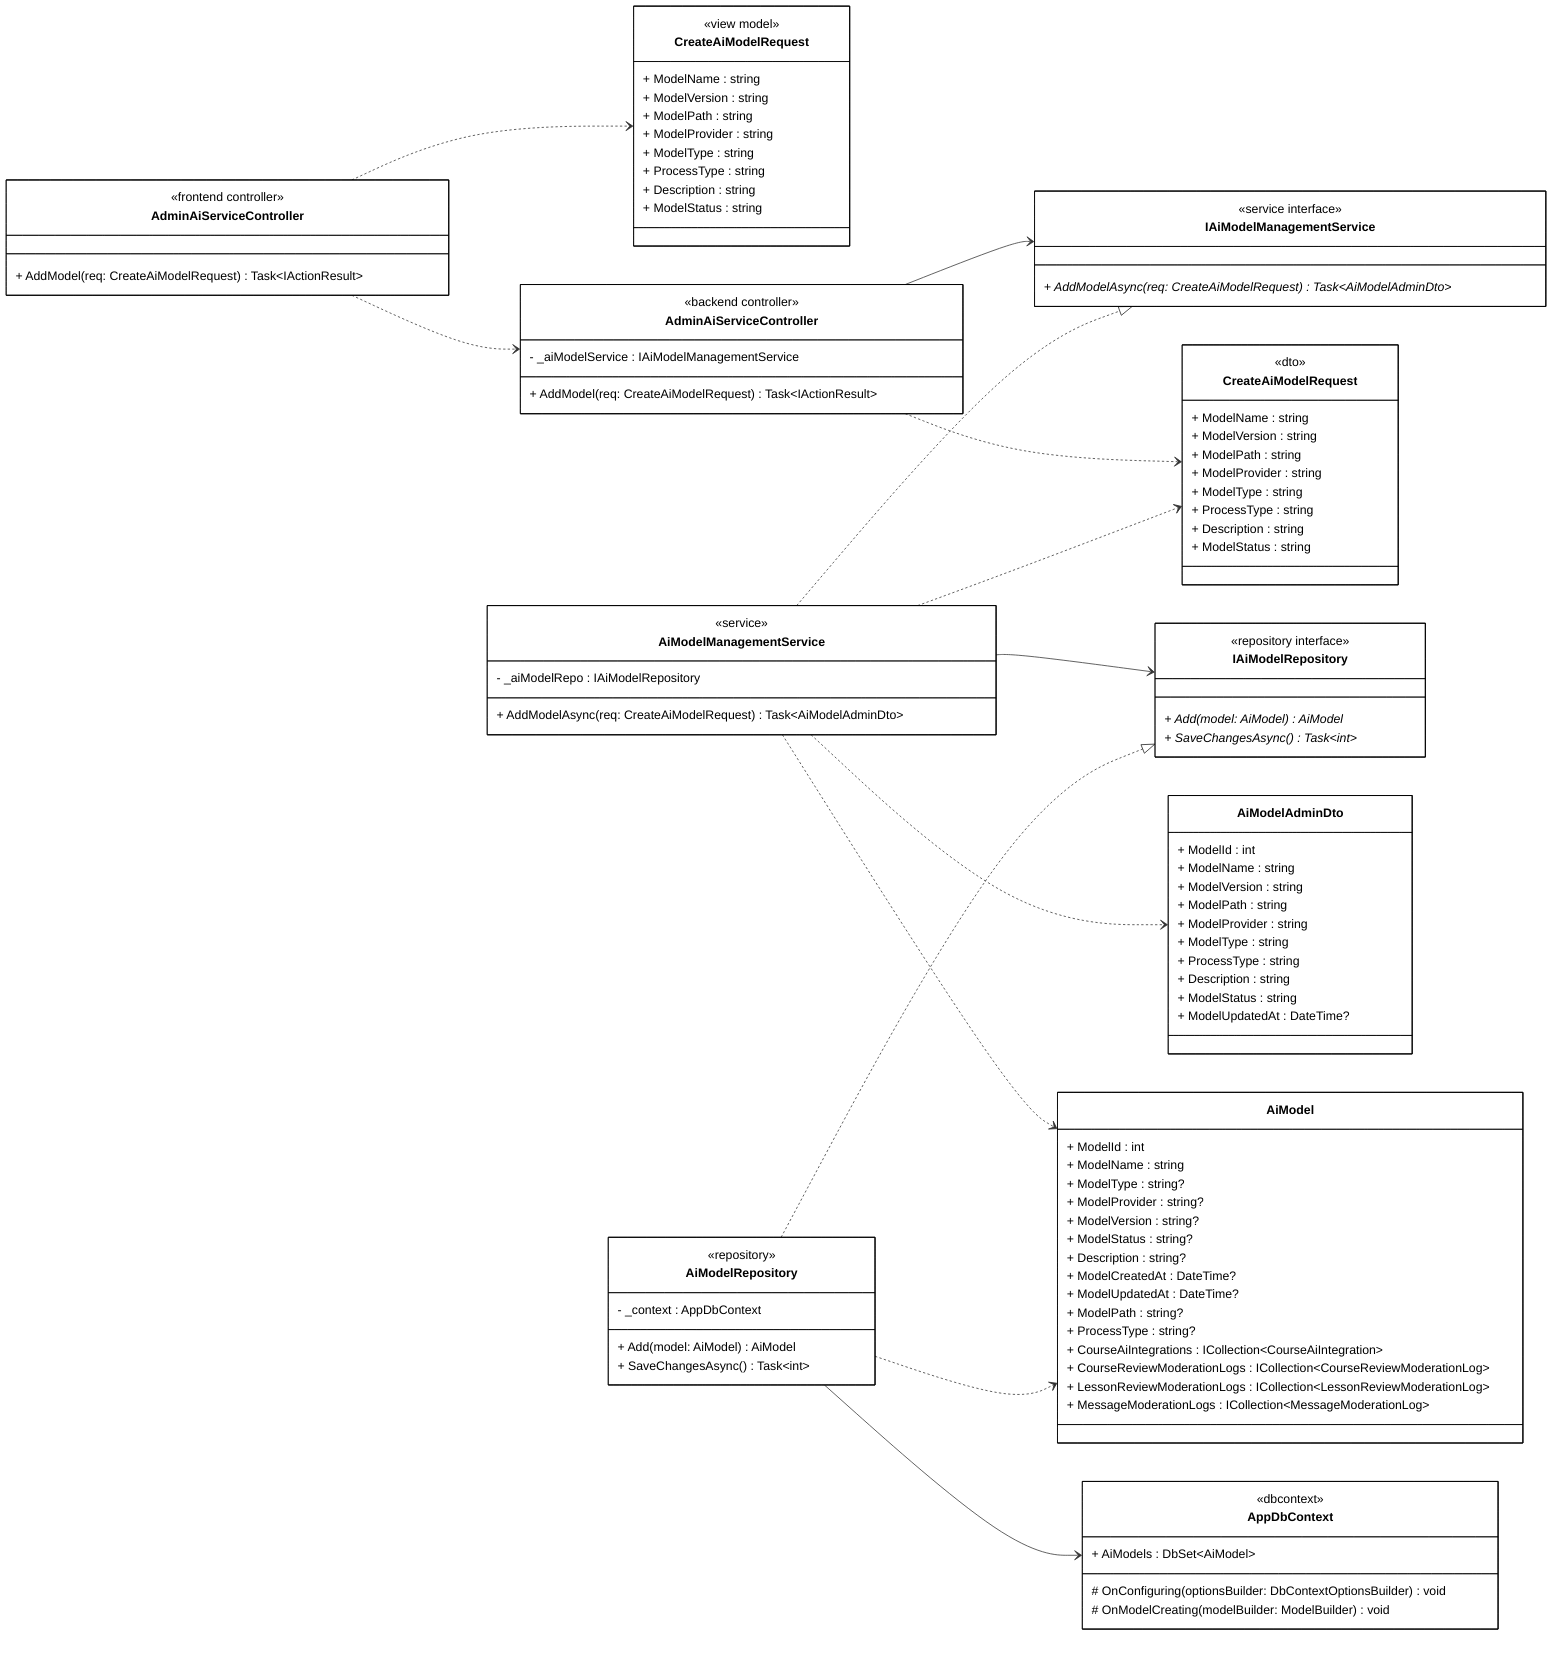
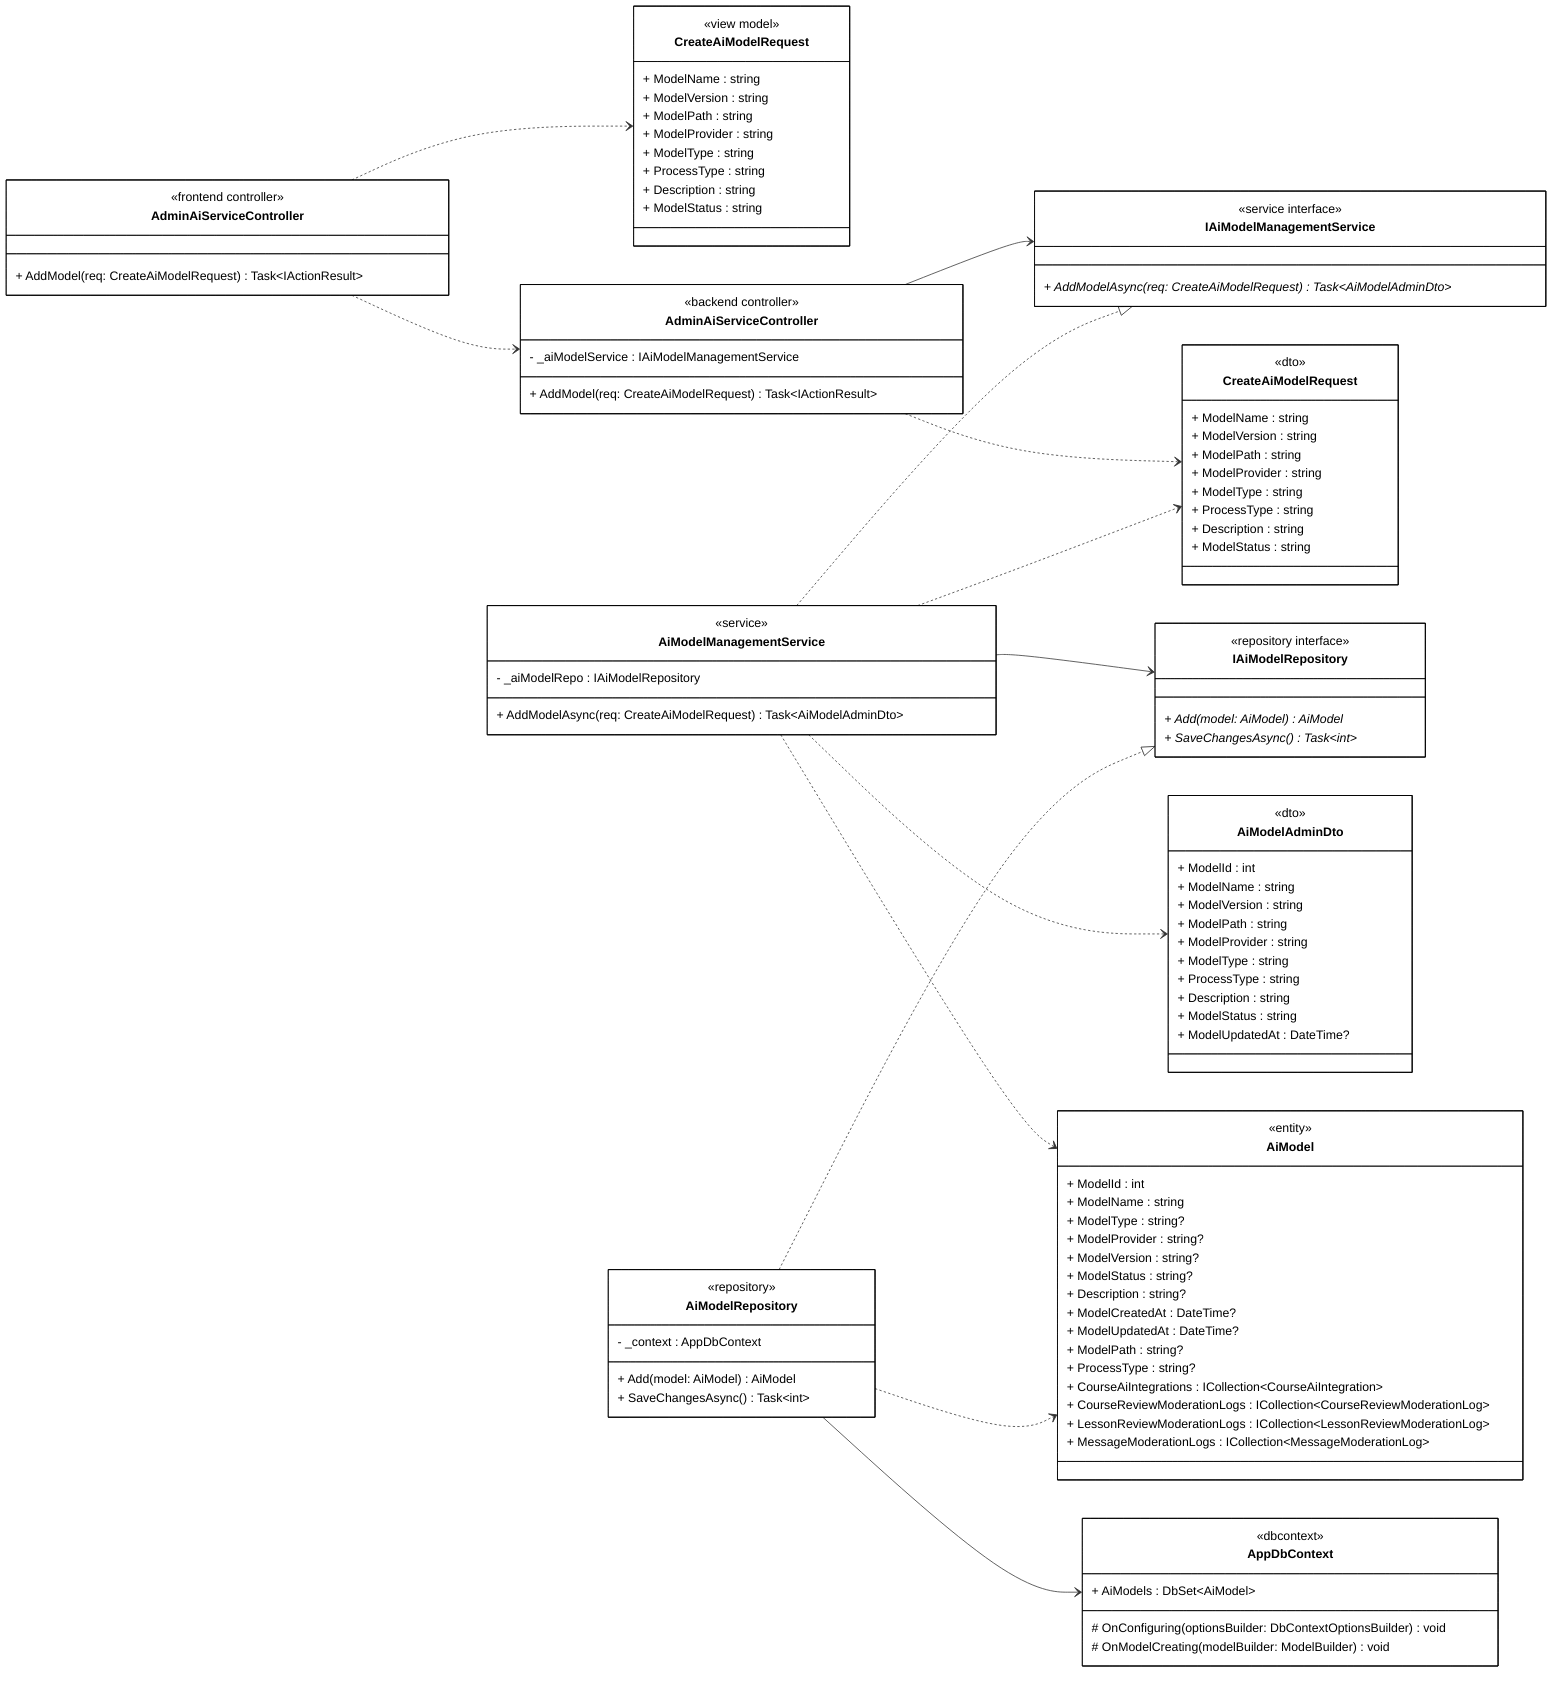
classDiagram
direction LR

%% ==================== FRONTEND ====================

class AdminAiServiceControllerFE["AdminAiServiceController"] {
    <<frontend controller>>
    + AddModel(req: CreateAiModelRequest) Task~IActionResult~
}


class CreateAiModelRequestVM["CreateAiModelRequest"] {
    <<view model>>
    + ModelName : string
    + ModelVersion : string
    + ModelPath : string
    + ModelProvider : string
    + ModelType : string
    + ProcessType : string
    + Description : string
    + ModelStatus : string
}

%% ==================== BACKEND - CONTROLLER ====================

class AdminAiServiceControllerBE["AdminAiServiceController"] {
    <<backend controller>>
    - _aiModelService : IAiModelManagementService

    + AddModel(req: CreateAiModelRequest) Task~IActionResult~
}


%% ==================== BACKEND - DTOs ====================

class CreateAiModelRequestDTO["CreateAiModelRequest"] {
    <<dto>>
    + ModelName : string
    + ModelVersion : string
    + ModelPath : string
    + ModelProvider : string
    + ModelType : string
    + ProcessType : string
    + Description : string
    + ModelStatus : string
}

class AiModelAdminDto {
+     <<dto>>
    + ModelId : int
    + ModelName : string
    + ModelVersion : string
    + ModelPath : string
    + ModelProvider : string
    + ModelType : string
    + ProcessType : string
    + Description : string
    + ModelStatus : string
    + ModelUpdatedAt : DateTime?
}

%% ==================== BACKEND - DOMAIN ENTITIES ====================

class AiModel {
+     <<entity>>
    + ModelId : int
    + ModelName : string
    + ModelType : string?
    + ModelProvider : string?
    + ModelVersion : string?
    + ModelStatus : string?
    + Description : string?
    + ModelCreatedAt : DateTime?
    + ModelUpdatedAt : DateTime?
    + ModelPath : string?
    + ProcessType : string?
    + CourseAiIntegrations : ICollection~CourseAiIntegration~
    + CourseReviewModerationLogs : ICollection~CourseReviewModerationLog~
    + LessonReviewModerationLogs : ICollection~LessonReviewModerationLog~
    + MessageModerationLogs : ICollection~MessageModerationLog~
}

%% ==================== BACKEND - SERVICE INTERFACES ====================

class IAiModelManagementService {
    <<service interface>>
    + AddModelAsync(req: CreateAiModelRequest) Task~AiModelAdminDto~ *
}

class IAiModelRepository {
    <<repository interface>>
    + Add(model: AiModel) AiModel *
    + SaveChangesAsync() Task~int~ *
}

%% ==================== BACKEND - SERVICE IMPLEMENTATION ====================

class AiModelManagementService {
    <<service>>
    - _aiModelRepo : IAiModelRepository

    + AddModelAsync(req: CreateAiModelRequest) Task~AiModelAdminDto~
}

%% ==================== BACKEND - REPOSITORY IMPLEMENTATION ====================

class AiModelRepository {
    <<repository>>
    - _context : AppDbContext

    + Add(model: AiModel) AiModel
    + SaveChangesAsync() Task~int~
}

%% ==================== BACKEND - DbContext ====================

class AppDbContext {
    <<dbcontext>>
    + AiModels : DbSet~AiModel~

    # OnConfiguring(optionsBuilder: DbContextOptionsBuilder) void
    # OnModelCreating(modelBuilder: ModelBuilder) void
}

%% ==================== RELATIONSHIPS ====================

%% === UNIDIRECTIONAL ASSOCIATION (solid arrow) ===
AdminAiServiceControllerBE --> IAiModelManagementService
AiModelManagementService --> IAiModelRepository
AiModelRepository --> AppDbContext

%% === INTERFACE REALIZATION ===
AiModelManagementService ..|> IAiModelManagementService
AiModelRepository ..|> IAiModelRepository

%% === DEPENDENCY (dashed arrows) ===
AdminAiServiceControllerFE ..> AdminAiServiceControllerBE
AdminAiServiceControllerFE ..> CreateAiModelRequestVM
AdminAiServiceControllerBE ..> CreateAiModelRequestDTO
AiModelManagementService ..> CreateAiModelRequestDTO
AiModelManagementService ..> AiModelAdminDto
AiModelManagementService ..> AiModel
AiModelRepository ..> AiModel

%% ==================== STYLES ====================

classDef default fill:#FFFFFF,stroke:#000000,stroke-width:1px,color:#000000
